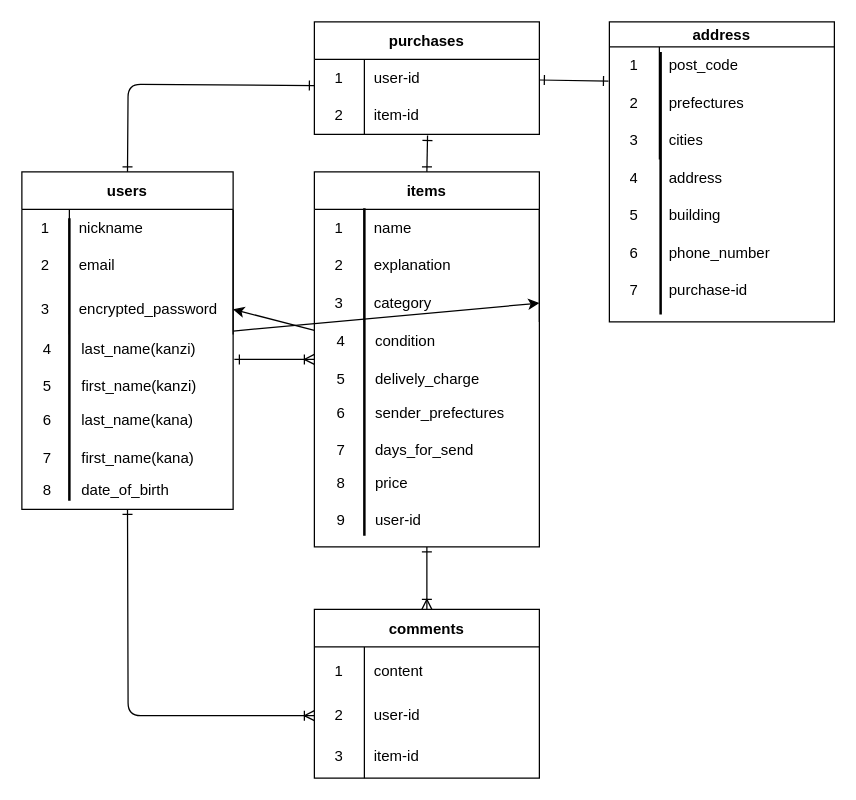
This is furima.dio from i-ga-ra-shi/furima-37346, a draw.io file, before an edit. Source tidied: cells renumbered, new cells numbered last; positions are measured from the earlier drawing's top-left corner, leaving out a move shared by most shapes. Both pictures are drawn from the tidied source at 125%, with x=0, y=0 at pixel (-72, 21).
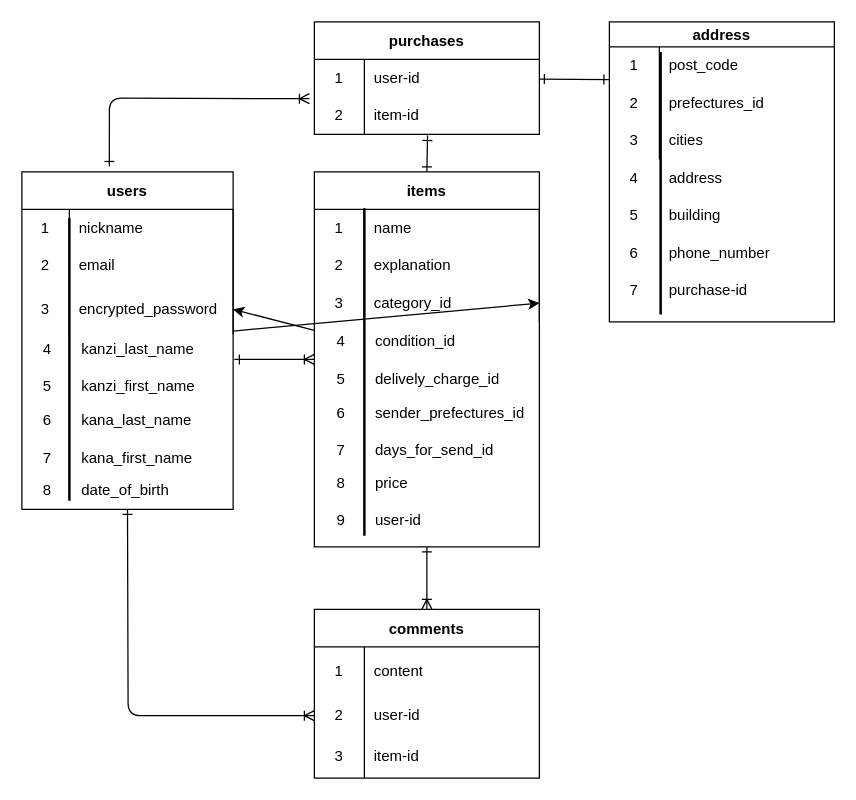
After the change.

Commit message (it also covers changes not shown here):
データベース設計(3)

The change refers to these unchanged cells:
```xml
<mxCell id="5" value="users" style="shape=table;startSize=30;childLayout=tableLayout;rowLines=0;fontStyle=1;" parent="1" vertex="1">
  <mxGeometry x="75" y="120" width="169" height="270" as="geometry" />
</mxCell>
<mxCell id="24" style="shape=tableRow;horizontal=0;startSize=0;swimlaneHead=0;swimlaneBody=0;top=0;left=0;bottom=0;right=0;fillColor=none;" parent="17" vertex="1">
  <mxGeometry y="90" width="180" height="30" as="geometry" />
</mxCell>
<mxCell id="39" value="purchases" style="shape=table;startSize=30;childLayout=tableLayout;rowLines=0;fontStyle=1;" parent="1" vertex="1">
  <mxGeometry x="309" width="180" height="90" as="geometry" />
</mxCell>
<mxCell id="40" style="shape=tableRow;horizontal=0;startSize=0;swimlaneHead=0;swimlaneBody=0;top=0;left=0;bottom=0;right=0;fillColor=none;points=[[0,0.5],[1,0.5]];portConstraint=eastwest;" parent="39" vertex="1">
  <mxGeometry y="30" width="180" height="30" as="geometry" />
</mxCell>
<mxCell id="50" style="shape=tableRow;horizontal=0;startSize=0;swimlaneHead=0;swimlaneBody=0;top=0;left=0;bottom=0;right=0;fillColor=none;points=[[0,0.5],[1,0.5]];portConstraint=eastwest;" parent="46" vertex="1">
  <mxGeometry y="50" width="180" height="30" as="geometry" />
</mxCell>
```

What changed in the source:
```diff
@@
-    <mxCell id="26" value="category" style="shape=partialRectangle;html=1;whiteSpace=wrap;fillColor=none;top=0;left=0;bottom=0;right=0;align=left;spacingLeft=6;overflow=hidden;" parent="24" vertex="1">
+    <mxCell id="26" value="category_id" style="shape=partialRectangle;html=1;whiteSpace=wrap;fillColor=none;top=0;left=0;bottom=0;right=0;align=left;spacingLeft=6;overflow=hidden;" parent="24" vertex="1">
       <mxGeometry x="40" width="140" height="30" as="geometry" />
     </mxCell>
@@
-    <mxCell id="38" style="edgeStyle=none;html=1;startArrow=ERone;startFill=0;endArrow=ERone;endFill=0;entryX=-0.004;entryY=-0.086;entryDx=0;entryDy=0;entryPerimeter=0;" parent="1" edge="1" source="39" target="50">
+    <mxCell id="38" style="edgeStyle=none;html=1;startArrow=ERone;startFill=0;endArrow=ERone;endFill=0;entryX=-0.002;entryY=-0.128;entryDx=0;entryDy=0;entryPerimeter=0;" parent="1" edge="1" source="39" target="50">
       <mxGeometry relative="1" as="geometry" />
     </mxCell>
@@
-    <mxCell id="52" value="prefectures" style="shape=partialRectangle;html=1;whiteSpace=wrap;fillColor=none;top=0;left=0;bottom=0;right=0;align=left;spacingLeft=6;overflow=hidden;" parent="50" vertex="1">
+    <mxCell id="52" value="prefectures_id" style="shape=partialRectangle;html=1;whiteSpace=wrap;fillColor=none;top=0;left=0;bottom=0;right=0;align=left;spacingLeft=6;overflow=hidden;" parent="50" vertex="1">
       <mxGeometry x="40" width="140" height="30" as="geometry" />
     </mxCell>
@@
-    <mxCell id="56" value="last_name(kanzi)" style="shape=partialRectangle;html=1;whiteSpace=wrap;fillColor=none;top=0;left=0;bottom=0;right=0;align=left;spacingLeft=6;overflow=hidden;" parent="1" vertex="1">
+    <mxCell id="56" value="kanzi_last_name" style="shape=partialRectangle;html=1;whiteSpace=wrap;fillColor=none;top=0;left=0;bottom=0;right=0;align=left;spacingLeft=6;overflow=hidden;" parent="1" vertex="1">
       <mxGeometry x="115" y="247" width="140" height="30" as="geometry" />
     </mxCell>
@@
-    <mxCell id="58" value="first_name(kanzi)" style="shape=partialRectangle;html=1;whiteSpace=wrap;fillColor=none;top=0;left=0;bottom=0;right=0;align=left;spacingLeft=6;overflow=hidden;" parent="1" vertex="1">
+    <mxCell id="58" value="kanzi_first_name" style="shape=partialRectangle;html=1;whiteSpace=wrap;fillColor=none;top=0;left=0;bottom=0;right=0;align=left;spacingLeft=6;overflow=hidden;" parent="1" vertex="1">
       <mxGeometry x="115" y="277" width="140" height="30" as="geometry" />
     </mxCell>
@@
-    <mxCell id="66" value="last_name(kana)" style="shape=partialRectangle;html=1;whiteSpace=wrap;fillColor=none;top=0;left=0;bottom=0;right=0;align=left;spacingLeft=6;overflow=hidden;" parent="1" vertex="1">
+    <mxCell id="66" value="kana_last_name" style="shape=partialRectangle;html=1;whiteSpace=wrap;fillColor=none;top=0;left=0;bottom=0;right=0;align=left;spacingLeft=6;overflow=hidden;" parent="1" vertex="1">
       <mxGeometry x="115" y="304" width="140" height="30" as="geometry" />
     </mxCell>
-    <mxCell id="67" value="first_name(kana)" style="shape=partialRectangle;html=1;whiteSpace=wrap;fillColor=none;top=0;left=0;bottom=0;right=0;align=left;spacingLeft=6;overflow=hidden;" parent="1" vertex="1">
+    <mxCell id="67" value="kana_first_name" style="shape=partialRectangle;html=1;whiteSpace=wrap;fillColor=none;top=0;left=0;bottom=0;right=0;align=left;spacingLeft=6;overflow=hidden;" parent="1" vertex="1">
       <mxGeometry x="115" y="334" width="140" height="30" as="geometry" />
     </mxCell>
@@
-    <mxCell id="69" value="condition" style="shape=partialRectangle;html=1;whiteSpace=wrap;fillColor=none;top=0;left=0;bottom=0;right=0;align=left;spacingLeft=6;overflow=hidden;" parent="1" vertex="1">
+    <mxCell id="69" value="condition_id" style="shape=partialRectangle;html=1;whiteSpace=wrap;fillColor=none;top=0;left=0;bottom=0;right=0;align=left;spacingLeft=6;overflow=hidden;" parent="1" vertex="1">
       <mxGeometry x="350" y="240.5" width="140" height="30" as="geometry" />
     </mxCell>
@@
-    <mxCell id="71" value="delively_charge" style="shape=partialRectangle;html=1;whiteSpace=wrap;fillColor=none;top=0;left=0;bottom=0;right=0;align=left;spacingLeft=6;overflow=hidden;" parent="1" vertex="1">
+    <mxCell id="71" value="delively_charge_id" style="shape=partialRectangle;html=1;whiteSpace=wrap;fillColor=none;top=0;left=0;bottom=0;right=0;align=left;spacingLeft=6;overflow=hidden;" parent="1" vertex="1">
       <mxGeometry x="350" y="270.5" width="140" height="30" as="geometry" />
     </mxCell>
@@
-    <mxCell id="77" value="sender_prefectures" style="shape=partialRectangle;html=1;whiteSpace=wrap;fillColor=none;top=0;left=0;bottom=0;right=0;align=left;spacingLeft=6;overflow=hidden;" parent="1" vertex="1">
+    <mxCell id="77" value="sender_prefectures_id" style="shape=partialRectangle;html=1;whiteSpace=wrap;fillColor=none;top=0;left=0;bottom=0;right=0;align=left;spacingLeft=6;overflow=hidden;" parent="1" vertex="1">
       <mxGeometry x="350" y="297.5" width="140" height="30" as="geometry" />
     </mxCell>
-    <mxCell id="78" value="days_for_send" style="shape=partialRectangle;html=1;whiteSpace=wrap;fillColor=none;top=0;left=0;bottom=0;right=0;align=left;spacingLeft=6;overflow=hidden;" parent="1" vertex="1">
+    <mxCell id="78" value="days_for_send_id" style="shape=partialRectangle;html=1;whiteSpace=wrap;fillColor=none;top=0;left=0;bottom=0;right=0;align=left;spacingLeft=6;overflow=hidden;" parent="1" vertex="1">
       <mxGeometry x="350" y="327.5" width="140" height="30" as="geometry" />
     </mxCell>
@@
-    <mxCell id="95" style="edgeStyle=none;html=1;startArrow=ERone;startFill=0;endArrow=ERone;endFill=0;exitX=0.5;exitY=0;exitDx=0;exitDy=0;" parent="1" edge="1" source="5">
-      <mxGeometry relative="1" as="geometry">
-        <mxPoint x="309" y="51" as="targetPoint" />
-        <Array as="points">
-          <mxPoint x="160" y="50" />
-        </Array>
-      </mxGeometry>
-    </mxCell>
+    <mxCell id="96" style="edgeStyle=none;html=1;startArrow=ERone;startFill=0;endArrow=ERoneToMany;endFill=0;entryX=-0.022;entryY=1.048;entryDx=0;entryDy=0;entryPerimeter=0;exitX=0.414;exitY=-0.016;exitDx=0;exitDy=0;exitPerimeter=0;" parent="1" edge="1" source="5" target="40">
+      <mxGeometry relative="1" as="geometry">
+        <Array as="points">
+          <mxPoint x="145" y="61" />
+        </Array>
+      </mxGeometry>
+    </mxCell>
```
